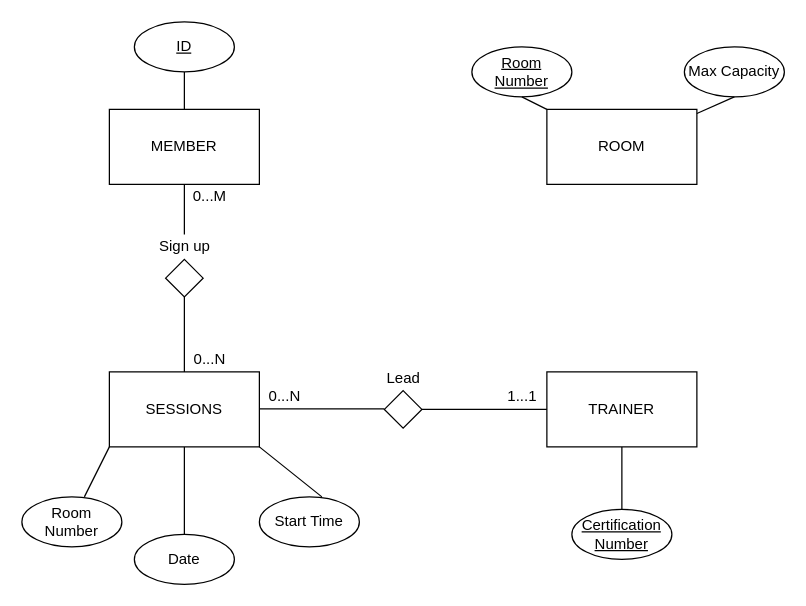
The draw.io diagram Untitled Diagram.drawio in Pranay-12/IST210Workshop, before the edit. Source tidied: cells renumbered, new cells numbered last; positions are measured from the earlier drawing's top-left corner, leaving out a move shared by most shapes. Both pictures are drawn from the tidied source at 125%, with x=0, y=0 at pixel (21, 21).
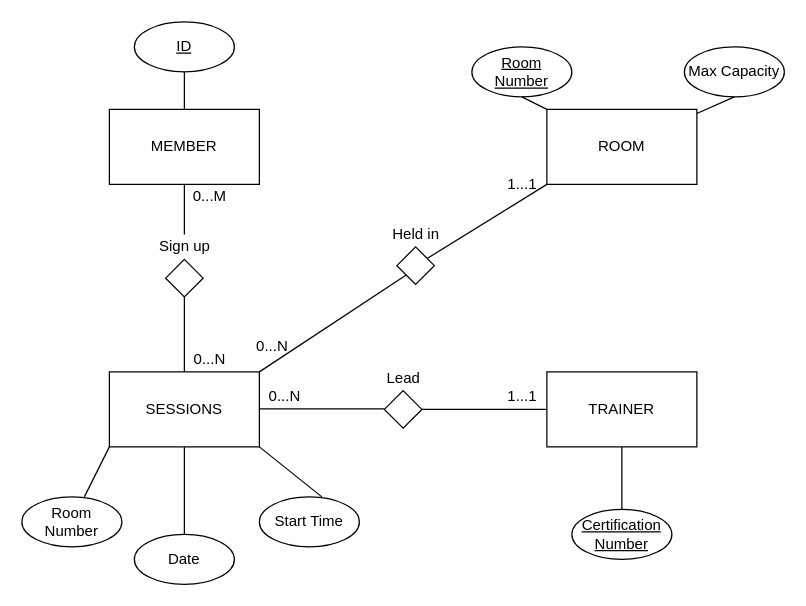
The same page after the edit.

Unchanged cells that the change refers to:
```xml
<mxCell id="3" value="ROOM" style="rounded=0;whiteSpace=wrap;html=1;" parent="1" vertex="1">
  <mxGeometry x="420" y="70" width="120" height="60" as="geometry" />
</mxCell>
```

Change to the diagram source:
```diff
@@
+    <mxCell id="33" style="endArrow=none;html=1;entryX=0;entryY=1;entryDx=0;entryDy=0;" parent="1" edge="1" source="34" target="3">
+      <mxGeometry relative="1" as="geometry" />
+    </mxCell>
+    <mxCell id="34" style="rhombus;whiteSpace=wrap;html=1;" parent="1" vertex="1">
+      <mxGeometry x="300" y="180" width="30" height="30" as="geometry" />
+    </mxCell>
+    <mxCell id="35" style="endArrow=none;html=1;entryX=0;entryY=1;entryDx=0;entryDy=0;" parent="1" edge="1" target="34">
+      <mxGeometry relative="1" as="geometry">
+        <mxPoint x="190" y="280" as="sourcePoint" />
+      </mxGeometry>
+    </mxCell>
+    <mxCell id="36" value="Held in" style="text;html=1;align=center;verticalAlign=middle;" parent="1" vertex="1">
+      <mxGeometry x="290" y="160" width="50" height="20" as="geometry" />
+    </mxCell>
+    <mxCell id="37" value="0...N" style="text;html=1;align=center;verticalAlign=middle;" parent="1" vertex="1">
+      <mxGeometry x="180" y="250" width="40" height="20" as="geometry" />
+    </mxCell>
+    <mxCell id="38" value="1...1" style="text;html=1;align=center;verticalAlign=middle;" parent="1" vertex="1">
+      <mxGeometry x="380" y="120" width="40" height="20" as="geometry" />
+    </mxCell>
```
